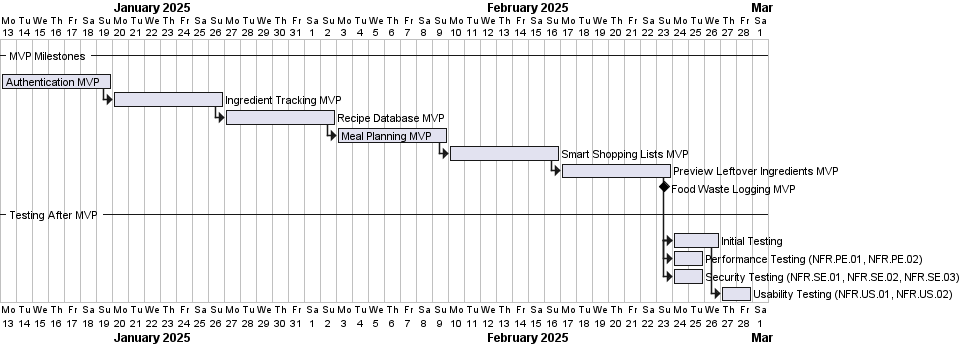
This is out/documentation/designandmethods/plan/planoverview/planoverview.png from jbrun001/foodmanager, a PlantUML export, as it was before one commit. The source it was exported from:
```plantuml
@startgantt

project starts the 2025-01-13

-- MVP Milestones --
[Authentication MVP] starts at 2025-01-10 and lasts 7 days
[Ingredient Tracking MVP] starts at [Authentication MVP]'s end and lasts 7 days
[Recipe Database MVP] starts at [Ingredient Tracking MVP]'s end and lasts 7 days
[Meal Planning MVP] starts at [Recipe Database MVP]'s end and lasts 7 days
[Smart Shopping Lists MVP] starts at [Meal Planning MVP]'s end and lasts 7 days
[Preview Leftover Ingredients MVP] starts at [Smart Shopping Lists MVP]'s end and lasts 7 days
[Food Waste Logging MVP] happens at [Preview Leftover Ingredients MVP]'s end and lasts 7 days

-- Testing After MVP --
[Initial Testing] starts at [Preview Leftover Ingredients MVP]'s end and lasts 3 days
[Performance Testing (NFR.PE.01, NFR.PE.02)] starts at [Initial Testing]'s start and lasts 2 days
[Security Testing (NFR.SE.01, NFR.SE.02, NFR.SE.03)] starts at [Initial Testing]'s start and lasts 2 days
[Usability Testing (NFR.US.01, NFR.US.02)] starts at [Initial Testing]'s end and lasts 2 days

@endgantt
```
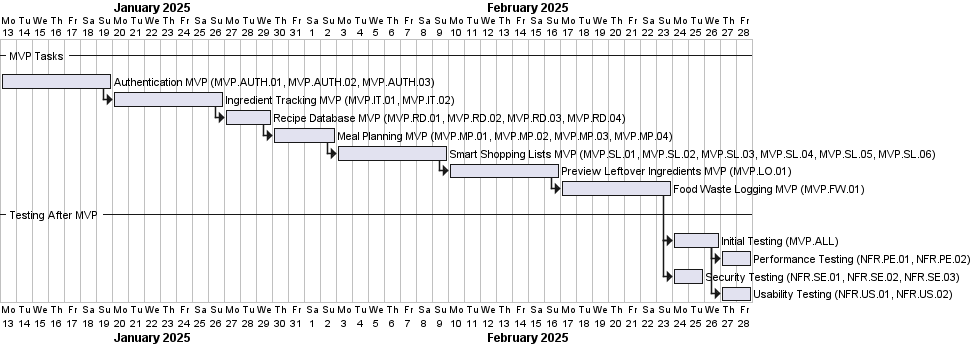
After the change.

What changed in the source:
```diff
@@ -2,19 +2,19 @@
 
 project starts the 2025-01-13
 
--- MVP Milestones --
-[Authentication MVP] starts at 2025-01-10 and lasts 7 days
-[Ingredient Tracking MVP] starts at [Authentication MVP]'s end and lasts 7 days
-[Recipe Database MVP] starts at [Ingredient Tracking MVP]'s end and lasts 7 days
-[Meal Planning MVP] starts at [Recipe Database MVP]'s end and lasts 7 days
-[Smart Shopping Lists MVP] starts at [Meal Planning MVP]'s end and lasts 7 days
-[Preview Leftover Ingredients MVP] starts at [Smart Shopping Lists MVP]'s end and lasts 7 days
-[Food Waste Logging MVP] happens at [Preview Leftover Ingredients MVP]'s end and lasts 7 days
+-- MVP Tasks --
+[Authentication MVP (MVP.AUTH.01, MVP.AUTH.02, MVP.AUTH.03)] starts at 2025-01-10 and lasts 7 days
+[Ingredient Tracking MVP (MVP.IT.01, MVP.IT.02)] starts at [Authentication MVP (MVP.AUTH.01, MVP.AUTH.02, MVP.AUTH.03)]'s end and lasts 7 days
+[Recipe Database MVP (MVP.RD.01, MVP.RD.02, MVP.RD.03, MVP.RD.04)] starts at [Ingredient Tracking MVP (MVP.IT.01, MVP.IT.02)]'s end and lasts 3 days
+[Meal Planning MVP (MVP.MP.01, MVP.MP.02, MVP.MP.03, MVP.MP.04)] starts at [Recipe Database MVP (MVP.RD.01, MVP.RD.02, MVP.RD.03, MVP.RD.04)]'s end and lasts 4 days
+[Smart Shopping Lists MVP (MVP.SL.01, MVP.SL.02, MVP.SL.03, MVP.SL.04, MVP.SL.05, MVP.SL.06)] starts at [Meal Planning MVP (MVP.MP.01, MVP.MP.02, MVP.MP.03, MVP.MP.04)]'s end and lasts 7 days
+[Preview Leftover Ingredients MVP (MVP.LO.01)] starts at [Smart Shopping Lists MVP (MVP.SL.01, MVP.SL.02, MVP.SL.03, MVP.SL.04, MVP.SL.05, MVP.SL.06)]'s end and lasts 7 days
+[Food Waste Logging MVP (MVP.FW.01)] starts at [Preview Leftover Ingredients MVP (MVP.LO.01)]'s end and lasts 7 days
 
 -- Testing After MVP --
-[Initial Testing] starts at [Preview Leftover Ingredients MVP]'s end and lasts 3 days
-[Performance Testing (NFR.PE.01, NFR.PE.02)] starts at [Initial Testing]'s start and lasts 2 days
-[Security Testing (NFR.SE.01, NFR.SE.02, NFR.SE.03)] starts at [Initial Testing]'s start and lasts 2 days
-[Usability Testing (NFR.US.01, NFR.US.02)] starts at [Initial Testing]'s end and lasts 2 days
+[Initial Testing (MVP.ALL)] starts at [Food Waste Logging MVP (MVP.FW.01)]'s end and lasts 3 days
+[Performance Testing (NFR.PE.01, NFR.PE.02)] starts at [Initial Testing (MVP.ALL)]'s end and lasts 2 days
+[Security Testing (NFR.SE.01, NFR.SE.02, NFR.SE.03)] starts at [Initial Testing (MVP.ALL)]'s start and lasts 2 days
+[Usability Testing (NFR.US.01, NFR.US.02)] starts at [Initial Testing (MVP.ALL)]'s end and lasts 2 days
 
 @endgantt
```
